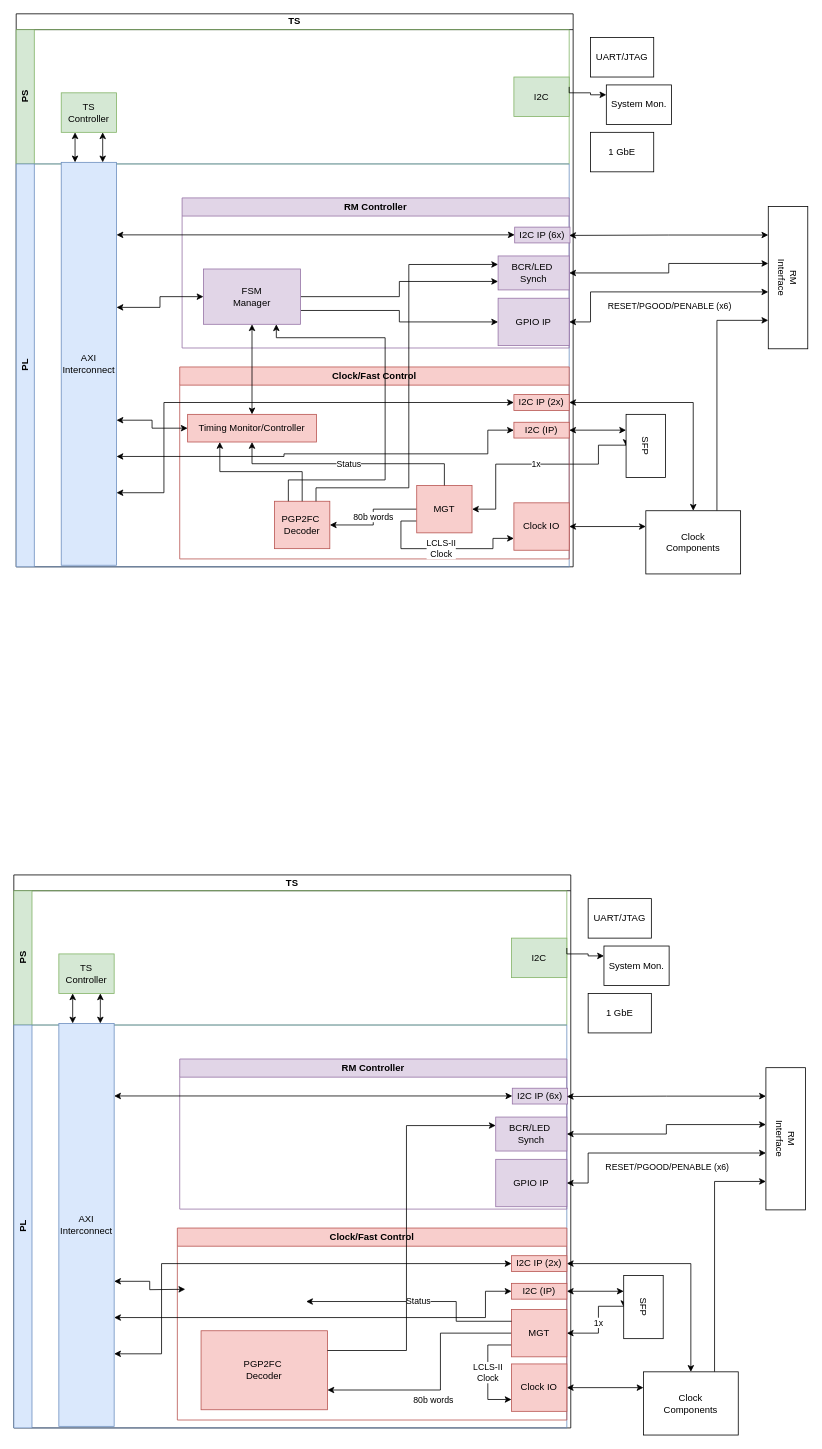
awhitbeck/drawio keeps this draw.io diagram as zCCM_firmware.drawio. Above is the earlier version. Source tidied: cells renumbered, new cells numbered last; positions are measured from the earlier drawing's top-left corner, leaving out a move shared by most shapes. Both pictures are drawn from the tidied source at 79%, with x=0, y=0 at pixel (13, 13).
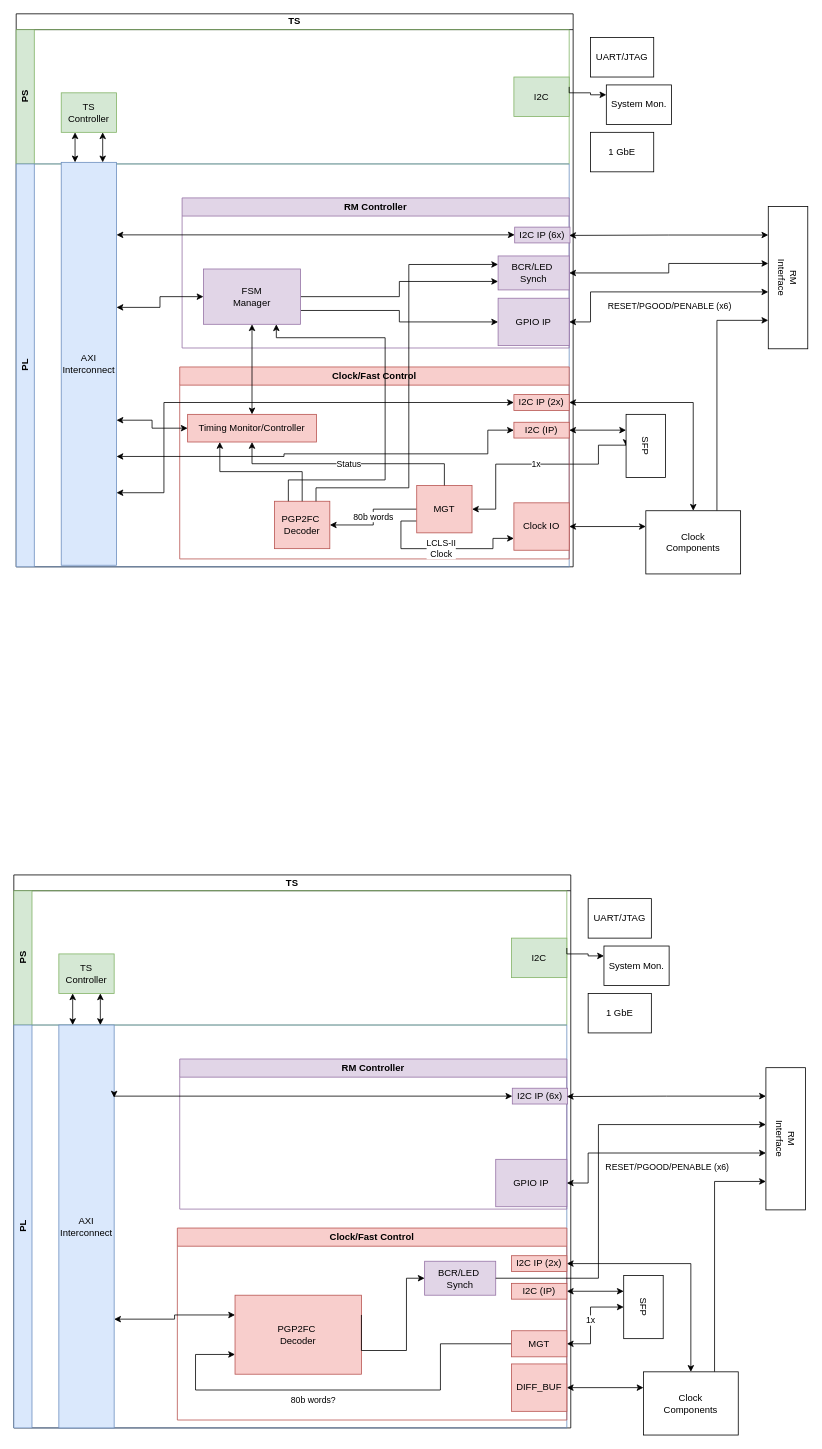
Above is the later version.

The change refers to these unchanged cells:
```xml
<mxCell id="55" value="PL" style="swimlane;horizontal=0;whiteSpace=wrap;html=1;startSize=23;fillColor=#dae8fc;strokeColor=#6c8ebf;" parent="51" vertex="1">
  <mxGeometry y="190" width="700" height="510" as="geometry" />
</mxCell>
<mxCell id="57" value="RM Controller" style="swimlane;whiteSpace=wrap;html=1;shadow=0;fillColor=#e1d5e7;strokeColor=#9673a6;" parent="55" vertex="1">
  <mxGeometry x="210" y="43" width="490" height="190" as="geometry" />
</mxCell>
<mxCell id="65" value="RM&lt;br&gt;Interface" style="rounded=0;whiteSpace=wrap;html=1;rotation=90;points=[[0,0,0,0,0],[0,0.2,0,0,0],[0,0.25,0,0,0],[0,0.4,0,0,0],[0,0.5,0,0,0],[0,0.6,0,0,0],[0,0.75,0,0,0],[0,0.8,0,0,0],[0,1,0,0,0],[0.2,1,0,0,0],[0.25,0,0,0,0],[0.4,1,0,0,0],[0.5,0,0,0,0],[0.6,1,0,0,0],[0.75,0,0,0,0],[0.8,1,0,0,0],[1,0,0,0,0],[1,0.25,0,0,0],[1,0.5,0,0,0],[1,0.75,0,0,0],[1,1,0,0,0]];" parent="1" vertex="1">
  <mxGeometry x="887" y="1399" width="180" height="50" as="geometry" />
</mxCell>
<mxCell id="68" value="SFP" style="rounded=0;whiteSpace=wrap;html=1;rotation=90;" parent="1" vertex="1">
  <mxGeometry x="757" y="1612" width="80" height="50" as="geometry" />
</mxCell>
<mxCell id="76" value="Clock/Fast Control" style="swimlane;whiteSpace=wrap;html=1;fillColor=#f8cecc;strokeColor=#b85450;" parent="1" vertex="1">
  <mxGeometry x="207" y="1537" width="493" height="243" as="geometry" />
</mxCell>
<mxCell id="80" value="I2C (IP)" style="rounded=0;whiteSpace=wrap;html=1;fillColor=#f8cecc;strokeColor=#b85450;" parent="76" vertex="1">
  <mxGeometry x="423" y="70" width="70" height="20" as="geometry" />
</mxCell>
<mxCell id="83" value="I2C IP (2x)" style="rounded=0;whiteSpace=wrap;html=1;fillColor=#f8cecc;strokeColor=#b85450;" parent="76" vertex="1">
  <mxGeometry x="423" y="35" width="70" height="20" as="geometry" />
</mxCell>
```

The edit, as a diff of the source:
```diff
@@
     <mxCell id="56" value="AXI&lt;br&gt;Interconnect" style="rounded=0;whiteSpace=wrap;html=1;points=[[0,0,0,0,0],[0,0.25,0,0,0],[0,0.5,0,0,0],[0,0.75,0,0,0],[0,1,0,0,0],[0.25,0,0,0,0],[0.25,1,0,0,0],[0.5,0,0,0,0],[0.5,1,0,0,0],[0.75,0,0,0,0],[0.75,1,0,0,0],[1,0,0,0,0],[1,0.09,0,0,0],[1,0.18,0,0,0],[1,0.27,0,0,0],[1,0.36,0,0,0],[1,0.45,0,0,0],[1,0.55,0,0,0],[1,0.64,0,0,0],[1,0.73,0,0,0],[1,0.82,0,0,0],[1,0.91,0,0,0],[1,1,0,0,0]];fillColor=#dae8fc;strokeColor=#6c8ebf;" parent="55" vertex="1">
-      <mxGeometry x="57" y="-2" width="70" height="510" as="geometry" />
+      <mxGeometry x="57" width="70" height="510" as="geometry" />
     </mxCell>
@@
-    <mxCell id="60" value="BCR/LED&amp;nbsp;&lt;br&gt;Synch" style="rounded=0;whiteSpace=wrap;html=1;fillColor=#e1d5e7;strokeColor=#9673a6;" parent="57" vertex="1">
-      <mxGeometry x="400" y="73.5" width="90" height="43" as="geometry" />
-    </mxCell>
@@
     <mxCell id="66" value="1x" style="edgeStyle=orthogonalEdgeStyle;rounded=0;jettySize=auto;html=1;exitX=0.5;exitY=1;exitDx=0;exitDy=0;entryX=1;entryY=0.5;entryDx=0;entryDy=0;startArrow=classic;startFill=1;" parent="1" edge="1" source="68" target="79">
       <mxGeometry relative="1" as="geometry">
         <Array as="points">
-          <mxPoint x="772" y="1636" />
-          <mxPoint x="740" y="1636" />
-          <mxPoint x="740" y="1670" />
+          <mxPoint x="730" y="1637" />
+          <mxPoint x="730" y="1683" />
         </Array>
       </mxGeometry>
     </mxCell>
@@
-    <mxCell id="77" value="80b words" style="edgeStyle=orthogonalEdgeStyle;rounded=0;jettySize=auto;html=1;exitX=0;exitY=0.5;exitDx=0;exitDy=0;entryX=1;entryY=0.75;entryDx=0;entryDy=0;" parent="76" edge="1" source="79" target="81">
+    <mxCell id="77" value="80b words?" style="edgeStyle=orthogonalEdgeStyle;rounded=0;jettySize=auto;html=1;exitX=0;exitY=0.5;exitDx=0;exitDy=0;entryX=0;entryY=0.75;entryDx=0;entryDy=0;" parent="76" edge="1" source="79" target="81">
       <mxGeometry x="0.12" y="13" relative="1" as="geometry">
         <Array as="points">
-          <mxPoint x="333" y="133" />
+          <mxPoint x="333" y="147" />
           <mxPoint x="333" y="205" />
+          <mxPoint x="23" y="205" />
+          <mxPoint x="23" y="160" />
         </Array>
       </mxGeometry>
     </mxCell>
-    <mxCell id="78" value="LCLS-II&lt;br&gt;Clock" style="edgeStyle=orthogonalEdgeStyle;rounded=0;jettySize=auto;html=1;exitX=0;exitY=0.75;exitDx=0;exitDy=0;entryX=0;entryY=0.75;entryDx=0;entryDy=0;" parent="76" edge="1" source="79" target="82">
-      <mxGeometry relative="1" as="geometry">
-        <Array as="points">
-          <mxPoint x="393" y="148" />
-          <mxPoint x="393" y="217" />
-        </Array>
-      </mxGeometry>
-    </mxCell>
     <mxCell id="79" value="MGT" style="rounded=0;whiteSpace=wrap;html=1;fillColor=#f8cecc;strokeColor=#b85450;" parent="76" vertex="1">
-      <mxGeometry x="423" y="103" width="70" height="60" as="geometry" />
+      <mxGeometry x="423" y="130" width="70" height="33" as="geometry" />
     </mxCell>
@@
     <mxCell id="81" value="PGP2FC&amp;nbsp;&lt;br&gt;Decoder" style="rounded=0;whiteSpace=wrap;html=1;fillColor=#f8cecc;strokeColor=#b85450;" parent="76" vertex="1">
-      <mxGeometry x="30" y="130" width="160" height="100" as="geometry" />
+      <mxGeometry x="73" y="85" width="160" height="100" as="geometry" />
     </mxCell>
-    <mxCell id="82" value="Clock IO" style="rounded=0;whiteSpace=wrap;html=1;fillColor=#f8cecc;strokeColor=#b85450;" parent="76" vertex="1">
+    <mxCell id="82" value="DIFF_BUF" style="rounded=0;whiteSpace=wrap;html=1;fillColor=#f8cecc;strokeColor=#b85450;" parent="76" vertex="1">
       <mxGeometry x="423" y="172" width="70" height="60" as="geometry" />
     </mxCell>
@@
-    <mxCell id="84" value="Status" style="edgeStyle=orthogonalEdgeStyle;rounded=0;jettySize=auto;html=1;exitX=0;exitY=0.25;exitDx=0;exitDy=0;" parent="76" edge="1" source="79">
-      <mxGeometry relative="1" as="geometry">
-        <mxPoint x="163" y="93" as="targetPoint" />
-        <Array as="points">
-          <mxPoint x="353" y="118" />
-          <mxPoint x="353" y="93" />
-        </Array>
-      </mxGeometry>
-    </mxCell>
+    <mxCell id="60" value="BCR/LED&amp;nbsp;&lt;br&gt;Synch" style="rounded=0;whiteSpace=wrap;html=1;fillColor=#e1d5e7;strokeColor=#9673a6;" parent="76" vertex="1">
+      <mxGeometry x="313" y="42" width="90" height="43" as="geometry" />
+    </mxCell>
+    <mxCell id="86" style="edgeStyle=orthogonalEdgeStyle;rounded=0;jettySize=auto;html=1;entryX=0;entryY=0.5;entryDx=0;entryDy=0;exitX=1;exitY=0.25;exitDx=0;exitDy=0;" parent="76" edge="1" source="81" target="60">
+      <mxGeometry relative="1" as="geometry">
+        <Array as="points">
+          <mxPoint x="290" y="155" />
+          <mxPoint x="290" y="63" />
+          <mxPoint x="313" y="63" />
+        </Array>
+      </mxGeometry>
+    </mxCell>
@@
-    <mxCell id="86" style="edgeStyle=orthogonalEdgeStyle;rounded=0;jettySize=auto;html=1;entryX=0;entryY=0.25;entryDx=0;entryDy=0;exitX=1;exitY=0.25;exitDx=0;exitDy=0;" parent="1" edge="1" source="81" target="60">
-      <mxGeometry relative="1" as="geometry">
-        <Array as="points">
-          <mxPoint x="497" y="1692" />
-          <mxPoint x="497" y="1407" />
-        </Array>
-      </mxGeometry>
-    </mxCell>
-    <mxCell id="87" style="edgeStyle=orthogonalEdgeStyle;rounded=0;jettySize=auto;html=1;exitX=0;exitY=0.5;exitDx=0;exitDy=0;entryX=1;entryY=0.64;entryDx=0;entryDy=0;entryPerimeter=0;startArrow=classic;startFill=1;" parent="1" edge="1" target="56">
-      <mxGeometry relative="1" as="geometry">
-        <mxPoint x="217" y="1614.5" as="sourcePoint" />
-      </mxGeometry>
-    </mxCell>
@@
-    <mxCell id="89" style="edgeStyle=orthogonalEdgeStyle;rounded=0;jettySize=auto;html=1;exitX=1;exitY=0.5;exitDx=0;exitDy=0;entryX=0.4;entryY=1;entryDx=0;entryDy=0;startArrow=classic;startFill=1;entryPerimeter=0;" parent="1" edge="1" source="60" target="65">
-      <mxGeometry relative="1" as="geometry" />
+    <mxCell id="89" style="edgeStyle=orthogonalEdgeStyle;rounded=0;jettySize=auto;html=1;exitX=1;exitY=0.5;exitDx=0;exitDy=0;entryX=0.4;entryY=1;entryDx=0;entryDy=0;startArrow=none;startFill=0;entryPerimeter=0;" parent="1" edge="1" source="60" target="65">
+      <mxGeometry relative="1" as="geometry">
+        <Array as="points">
+          <mxPoint x="740" y="1600" />
+          <mxPoint x="740" y="1406" />
+        </Array>
+      </mxGeometry>
     </mxCell>
-    <mxCell id="90" style="edgeStyle=orthogonalEdgeStyle;rounded=0;jettySize=auto;html=1;exitX=1;exitY=0.73;exitDx=0;exitDy=0;entryX=0;entryY=0.5;entryDx=0;entryDy=0;startArrow=classic;startFill=1;exitPerimeter=0;" parent="1" edge="1" source="56" target="80">
-      <mxGeometry relative="1" as="geometry">
-        <Array as="points">
-          <mxPoint x="597" y="1650" />
-          <mxPoint x="597" y="1617" />
-        </Array>
-      </mxGeometry>
-    </mxCell>
-    <mxCell id="91" style="edgeStyle=orthogonalEdgeStyle;rounded=0;jettySize=auto;html=1;exitX=1;exitY=0.82;exitDx=0;exitDy=0;entryX=0;entryY=0.5;entryDx=0;entryDy=0;startArrow=classic;startFill=1;exitPerimeter=0;" parent="1" edge="1" source="56" target="83">
-      <mxGeometry relative="1" as="geometry">
-        <Array as="points">
-          <mxPoint x="187" y="1696" />
-          <mxPoint x="187" y="1582" />
-        </Array>
-      </mxGeometry>
-    </mxCell>
+    <mxCell id="92" style="edgeStyle=orthogonalEdgeStyle;rounded=0;jettySize=auto;html=1;exitX=0;exitY=0.25;exitDx=0;exitDy=0;entryX=1;entryY=0.73;entryDx=0;entryDy=0;entryPerimeter=0;startArrow=classic;startFill=1;" parent="1" edge="1" source="81" target="56">
+      <mxGeometry relative="1" as="geometry" />
+    </mxCell>
```
